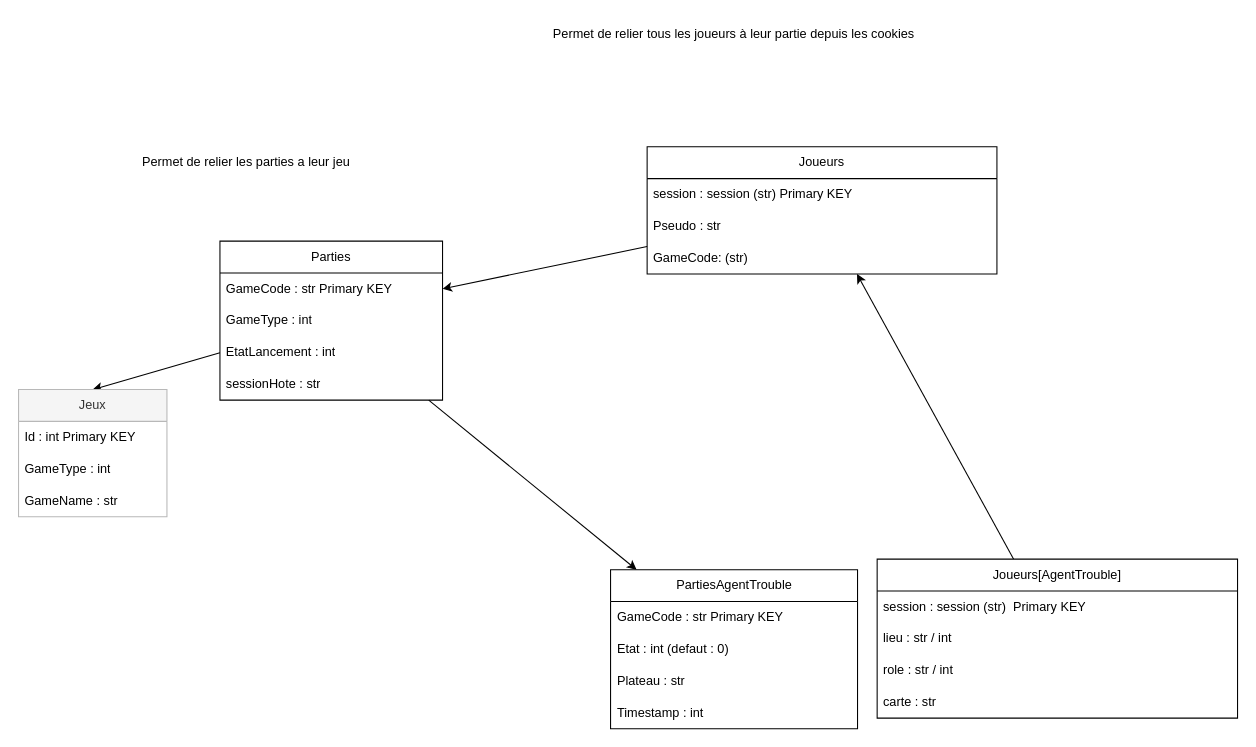
This is static/data/schemas.drawio from LeNonante/GameHub, a draw.io file, before an edit. Source tidied: cells renumbered, new cells numbered last; positions are measured from the earlier drawing's top-left corner, leaving out a move shared by most shapes. Both pictures are drawn from the tidied source at 106%, with x=0, y=0 at pixel (18, 18).
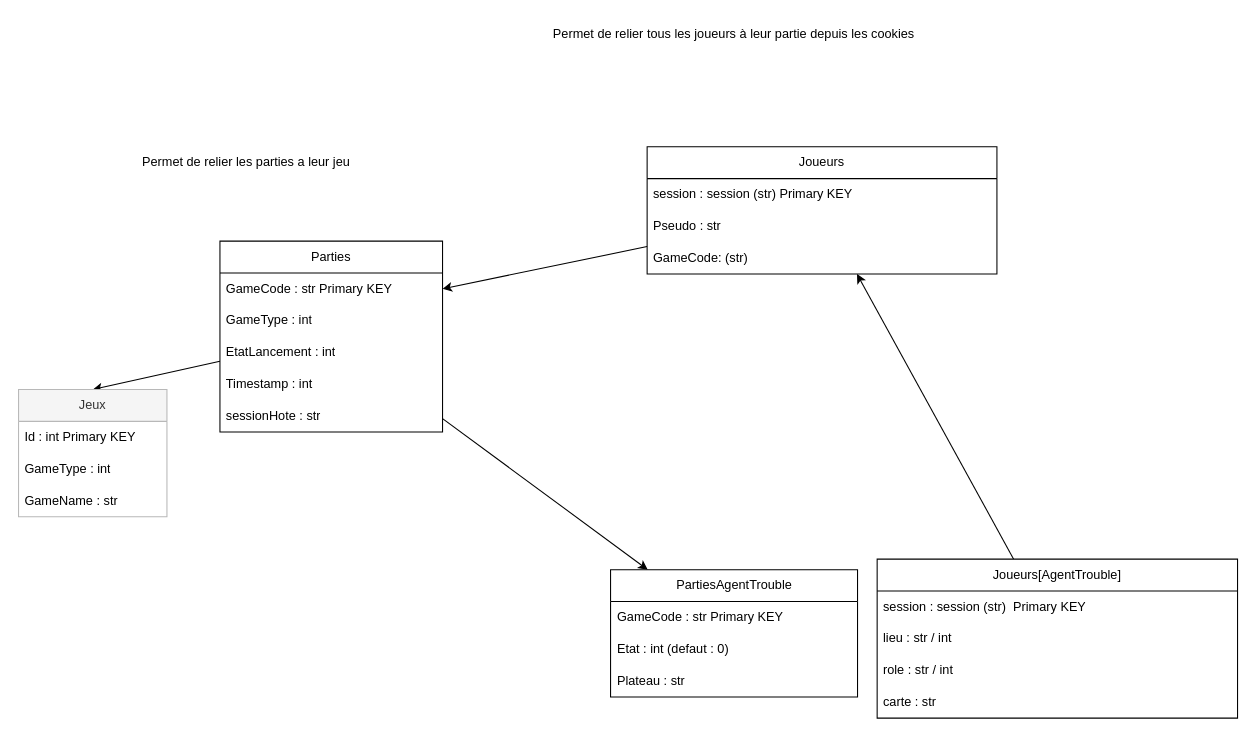
The same page after the edit.

What changed in the source:
```diff
@@
     <mxCell id="4" value="Parties" style="swimlane;fontStyle=0;horizontal=1;startSize=30;whiteSpace=wrap;html=1;" parent="1" vertex="1">
-      <mxGeometry x="190" y="210" width="210" height="150" as="geometry" />
+      <mxGeometry x="190" y="210" width="210" height="180" as="geometry" />
     </mxCell>
@@
+    <mxCell id="17" value="Timestamp : int" style="text;strokeColor=none;fillColor=none;align=left;verticalAlign=middle;spacingLeft=4;spacingRight=4;overflow=hidden;whiteSpace=wrap;html=1;" parent="4" vertex="1">
+      <mxGeometry y="120" width="210" height="30" as="geometry" />
+    </mxCell>
     <mxCell id="8" value="sessionHote : str" style="text;strokeColor=none;fillColor=none;align=left;verticalAlign=middle;spacingLeft=4;spacingRight=4;overflow=hidden;whiteSpace=wrap;html=1;" parent="4" vertex="1">
-      <mxGeometry y="120" width="210" height="30" as="geometry" />
+      <mxGeometry y="150" width="210" height="30" as="geometry" />
     </mxCell>
@@
     <mxCell id="13" value="PartiesAgentTrouble" style="swimlane;fontStyle=0;horizontal=1;startSize=30;whiteSpace=wrap;html=1;" parent="1" vertex="1">
-      <mxGeometry x="558.5" y="520" width="233" height="150" as="geometry" />
+      <mxGeometry x="558.5" y="520" width="233" height="120" as="geometry" />
     </mxCell>
@@
-    <mxCell id="17" value="Timestamp : int" style="text;strokeColor=none;fillColor=none;align=left;verticalAlign=middle;spacingLeft=4;spacingRight=4;overflow=hidden;whiteSpace=wrap;html=1;" parent="13" vertex="1">
-      <mxGeometry y="120" width="233" height="30" as="geometry" />
-    </mxCell>
```
